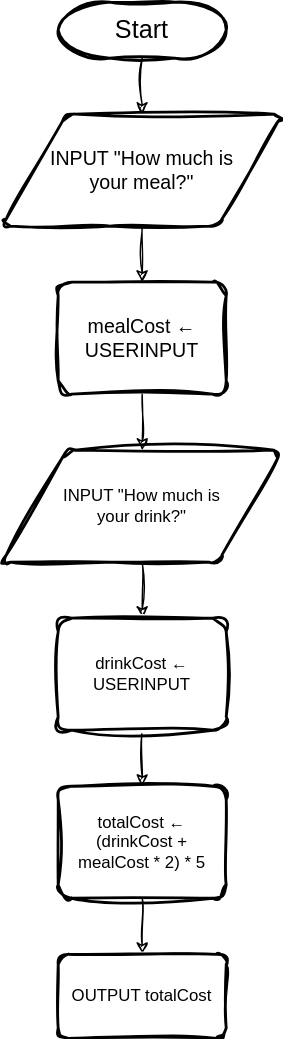
Before: 20-09-2024 assignment.drawio.svg, a diagram exported from draw.io (tungstengmd/drawio-diagrams). Source tidied: cells renumbered, new cells last; positions are measured from the earlier drawing's top-left corner, leaving out a move shared by most shapes.
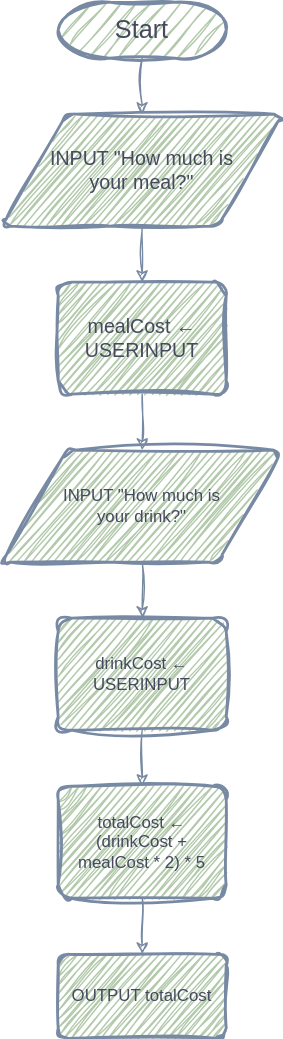
The same file after the commit.

The edit, as a diff of the source:
```diff
@@ -2,43 +2,43 @@
   <root>
     <mxCell id="0" />
     <mxCell id="1" parent="0" />
-    <mxCell id="2" style="edgeStyle=orthogonalEdgeStyle;rounded=0;sketch=1;hachureGap=4;jiggle=2;curveFitting=1;jettySize=auto;html=1;entryX=0.5;entryY=0;entryDx=0;entryDy=0;fontFamily=Architects Daughter;fontSource=https%3A%2F%2Ffonts.googleapis.com%2Fcss%3Ffamily%3DArchitects%2BDaughter;" parent="1" edge="1" source="3" target="5">
+    <mxCell id="2" style="edgeStyle=orthogonalEdgeStyle;rounded=1;hachureGap=4;jettySize=auto;html=1;entryX=0.5;entryY=0;entryDx=0;entryDy=0;fontFamily=Architects Daughter;fontSource=https%3A%2F%2Ffonts.googleapis.com%2Fcss%3Ffamily%3DArchitects%2BDaughter;labelBackgroundColor=none;fontColor=default;sketch=1;curveFitting=1;jiggle=2;strokeColor=#788AA3;" parent="1" edge="1" source="3" target="5">
       <mxGeometry relative="1" as="geometry" />
     </mxCell>
-    <mxCell id="3" value="&lt;font style=&quot;font-size: 18px;&quot;&gt;Start&lt;/font&gt;" style="strokeWidth=2;html=1;shape=mxgraph.flowchart.terminator;whiteSpace=wrap;gradientColor=none;sketch=1;curveFitting=1;jiggle=2;" parent="1" vertex="1">
+    <mxCell id="3" value="&lt;font style=&quot;font-size: 18px;&quot;&gt;Start&lt;/font&gt;" style="strokeWidth=2;html=1;shape=mxgraph.flowchart.terminator;whiteSpace=wrap;labelBackgroundColor=none;rounded=1;sketch=1;curveFitting=1;jiggle=2;fillColor=#B2C9AB;strokeColor=#788AA3;fontColor=#46495D;" parent="1" vertex="1">
       <mxGeometry x="40" width="120" height="40" as="geometry" />
     </mxCell>
-    <mxCell id="4" style="edgeStyle=orthogonalEdgeStyle;rounded=0;sketch=1;hachureGap=4;jiggle=2;curveFitting=1;jettySize=auto;html=1;fontFamily=Architects Daughter;fontSource=https%3A%2F%2Ffonts.googleapis.com%2Fcss%3Ffamily%3DArchitects%2BDaughter;" parent="1" edge="1" source="5" target="7">
+    <mxCell id="4" style="edgeStyle=orthogonalEdgeStyle;rounded=1;hachureGap=4;jettySize=auto;html=1;fontFamily=Architects Daughter;fontSource=https%3A%2F%2Ffonts.googleapis.com%2Fcss%3Ffamily%3DArchitects%2BDaughter;labelBackgroundColor=none;fontColor=default;sketch=1;curveFitting=1;jiggle=2;strokeColor=#788AA3;" parent="1" edge="1" source="5" target="7">
       <mxGeometry relative="1" as="geometry" />
     </mxCell>
-    <mxCell id="5" value="&lt;font style=&quot;font-size: 14px;&quot; face=&quot;Helvetica&quot;&gt;INPUT &quot;How much is&lt;br&gt;your meal?&quot;&lt;/font&gt;" style="shape=parallelogram;html=1;strokeWidth=2;perimeter=parallelogramPerimeter;whiteSpace=wrap;rounded=1;arcSize=12;size=0.23;sketch=1;hachureGap=4;jiggle=2;curveFitting=1;fontFamily=Architects Daughter;fontSource=https%3A%2F%2Ffonts.googleapis.com%2Fcss%3Ffamily%3DArchitects%2BDaughter;" parent="1" vertex="1">
+    <mxCell id="5" value="&lt;font style=&quot;font-size: 14px;&quot; face=&quot;Helvetica&quot;&gt;INPUT &quot;How much is&lt;br&gt;your meal?&quot;&lt;/font&gt;" style="shape=parallelogram;html=1;strokeWidth=2;perimeter=parallelogramPerimeter;whiteSpace=wrap;rounded=1;arcSize=12;size=0.23;hachureGap=4;fontFamily=Architects Daughter;fontSource=https%3A%2F%2Ffonts.googleapis.com%2Fcss%3Ffamily%3DArchitects%2BDaughter;labelBackgroundColor=none;sketch=1;curveFitting=1;jiggle=2;fillColor=#B2C9AB;strokeColor=#788AA3;fontColor=#46495D;" parent="1" vertex="1">
       <mxGeometry y="80" width="200" height="80" as="geometry" />
     </mxCell>
-    <mxCell id="6" style="edgeStyle=orthogonalEdgeStyle;rounded=0;sketch=1;hachureGap=4;jiggle=2;curveFitting=1;jettySize=auto;html=1;exitX=0.5;exitY=1;exitDx=0;exitDy=0;entryX=0.5;entryY=0;entryDx=0;entryDy=0;fontFamily=Architects Daughter;fontSource=https%3A%2F%2Ffonts.googleapis.com%2Fcss%3Ffamily%3DArchitects%2BDaughter;" parent="1" edge="1" source="7" target="9">
+    <mxCell id="6" style="edgeStyle=orthogonalEdgeStyle;rounded=1;hachureGap=4;jettySize=auto;html=1;exitX=0.5;exitY=1;exitDx=0;exitDy=0;entryX=0.5;entryY=0;entryDx=0;entryDy=0;fontFamily=Architects Daughter;fontSource=https%3A%2F%2Ffonts.googleapis.com%2Fcss%3Ffamily%3DArchitects%2BDaughter;labelBackgroundColor=none;fontColor=default;sketch=1;curveFitting=1;jiggle=2;strokeColor=#788AA3;" parent="1" edge="1" source="7" target="9">
       <mxGeometry relative="1" as="geometry" />
     </mxCell>
-    <mxCell id="7" value="&lt;font style=&quot;font-size: 14px;&quot; face=&quot;Helvetica&quot;&gt;mealCost ← USERINPUT&lt;/font&gt;" style="whiteSpace=wrap;html=1;fontFamily=Architects Daughter;strokeWidth=2;rounded=1;arcSize=12;sketch=1;hachureGap=4;jiggle=2;curveFitting=1;fontSource=https%3A%2F%2Ffonts.googleapis.com%2Fcss%3Ffamily%3DArchitects%2BDaughter;" parent="1" vertex="1">
+    <mxCell id="7" value="&lt;font style=&quot;font-size: 14px;&quot; face=&quot;Helvetica&quot;&gt;mealCost ← USERINPUT&lt;/font&gt;" style="whiteSpace=wrap;html=1;fontFamily=Architects Daughter;strokeWidth=2;rounded=1;arcSize=12;hachureGap=4;fontSource=https%3A%2F%2Ffonts.googleapis.com%2Fcss%3Ffamily%3DArchitects%2BDaughter;labelBackgroundColor=none;sketch=1;curveFitting=1;jiggle=2;fillColor=#B2C9AB;strokeColor=#788AA3;fontColor=#46495D;" parent="1" vertex="1">
       <mxGeometry x="40" y="200" width="120" height="80" as="geometry" />
     </mxCell>
-    <mxCell id="8" style="edgeStyle=orthogonalEdgeStyle;rounded=0;sketch=1;hachureGap=4;jiggle=2;curveFitting=1;jettySize=auto;html=1;fontFamily=Architects Daughter;fontSource=https%3A%2F%2Ffonts.googleapis.com%2Fcss%3Ffamily%3DArchitects%2BDaughter;" parent="1" edge="1" source="9" target="11">
+    <mxCell id="8" style="edgeStyle=orthogonalEdgeStyle;rounded=1;hachureGap=4;jettySize=auto;html=1;fontFamily=Architects Daughter;fontSource=https%3A%2F%2Ffonts.googleapis.com%2Fcss%3Ffamily%3DArchitects%2BDaughter;labelBackgroundColor=none;fontColor=default;sketch=1;curveFitting=1;jiggle=2;strokeColor=#788AA3;" parent="1" edge="1" source="9" target="11">
       <mxGeometry relative="1" as="geometry" />
     </mxCell>
-    <mxCell id="9" value="&lt;font face=&quot;Helvetica&quot;&gt;INPUT &quot;How much is&lt;br&gt;your drink?&quot;&lt;/font&gt;" style="shape=parallelogram;html=1;strokeWidth=2;perimeter=parallelogramPerimeter;whiteSpace=wrap;rounded=1;arcSize=12;size=0.23;sketch=1;hachureGap=4;jiggle=2;curveFitting=1;fontFamily=Architects Daughter;fontSource=https%3A%2F%2Ffonts.googleapis.com%2Fcss%3Ffamily%3DArchitects%2BDaughter;" parent="1" vertex="1">
+    <mxCell id="9" value="&lt;font face=&quot;Helvetica&quot;&gt;INPUT &quot;How much is&lt;br&gt;your drink?&quot;&lt;/font&gt;" style="shape=parallelogram;html=1;strokeWidth=2;perimeter=parallelogramPerimeter;whiteSpace=wrap;rounded=1;arcSize=12;size=0.23;hachureGap=4;fontFamily=Architects Daughter;fontSource=https%3A%2F%2Ffonts.googleapis.com%2Fcss%3Ffamily%3DArchitects%2BDaughter;labelBackgroundColor=none;sketch=1;curveFitting=1;jiggle=2;fillColor=#B2C9AB;strokeColor=#788AA3;fontColor=#46495D;" parent="1" vertex="1">
       <mxGeometry y="320" width="200" height="80" as="geometry" />
     </mxCell>
-    <mxCell id="10" style="edgeStyle=orthogonalEdgeStyle;rounded=0;sketch=1;hachureGap=4;jiggle=2;curveFitting=1;jettySize=auto;html=1;fontFamily=Architects Daughter;fontSource=https%3A%2F%2Ffonts.googleapis.com%2Fcss%3Ffamily%3DArchitects%2BDaughter;" parent="1" edge="1" source="11" target="13">
+    <mxCell id="10" style="edgeStyle=orthogonalEdgeStyle;rounded=1;hachureGap=4;jettySize=auto;html=1;fontFamily=Architects Daughter;fontSource=https%3A%2F%2Ffonts.googleapis.com%2Fcss%3Ffamily%3DArchitects%2BDaughter;labelBackgroundColor=none;fontColor=default;sketch=1;curveFitting=1;jiggle=2;strokeColor=#788AA3;" parent="1" edge="1" source="11" target="13">
       <mxGeometry relative="1" as="geometry" />
     </mxCell>
-    <mxCell id="11" value="&lt;font face=&quot;Helvetica&quot;&gt;drinkCost ← USERINPUT&lt;/font&gt;" style="whiteSpace=wrap;html=1;fontFamily=Architects Daughter;strokeWidth=2;rounded=1;arcSize=12;sketch=1;hachureGap=4;jiggle=2;curveFitting=1;fontSource=https%3A%2F%2Ffonts.googleapis.com%2Fcss%3Ffamily%3DArchitects%2BDaughter;" parent="1" vertex="1">
+    <mxCell id="11" value="&lt;font face=&quot;Helvetica&quot;&gt;drinkCost ← USERINPUT&lt;/font&gt;" style="whiteSpace=wrap;html=1;fontFamily=Architects Daughter;strokeWidth=2;rounded=1;arcSize=12;hachureGap=4;fontSource=https%3A%2F%2Ffonts.googleapis.com%2Fcss%3Ffamily%3DArchitects%2BDaughter;labelBackgroundColor=none;sketch=1;curveFitting=1;jiggle=2;fillColor=#B2C9AB;strokeColor=#788AA3;fontColor=#46495D;" parent="1" vertex="1">
       <mxGeometry x="40" y="440" width="120" height="80" as="geometry" />
     </mxCell>
-    <mxCell id="12" style="edgeStyle=orthogonalEdgeStyle;rounded=0;sketch=1;hachureGap=4;jiggle=2;curveFitting=1;jettySize=auto;html=1;fontFamily=Architects Daughter;fontSource=https%3A%2F%2Ffonts.googleapis.com%2Fcss%3Ffamily%3DArchitects%2BDaughter;" parent="1" edge="1" source="13" target="14">
+    <mxCell id="12" style="edgeStyle=orthogonalEdgeStyle;rounded=1;hachureGap=4;jettySize=auto;html=1;fontFamily=Architects Daughter;fontSource=https%3A%2F%2Ffonts.googleapis.com%2Fcss%3Ffamily%3DArchitects%2BDaughter;labelBackgroundColor=none;fontColor=default;sketch=1;curveFitting=1;jiggle=2;strokeColor=#788AA3;" parent="1" edge="1" source="13" target="14">
       <mxGeometry relative="1" as="geometry" />
     </mxCell>
-    <mxCell id="13" value="&lt;font face=&quot;Helvetica&quot;&gt;totalCost ← (drinkCost + mealCost * 2) * 5&lt;/font&gt;" style="whiteSpace=wrap;html=1;fontFamily=Architects Daughter;strokeWidth=2;rounded=1;arcSize=12;sketch=1;hachureGap=4;jiggle=2;curveFitting=1;fontSource=https%3A%2F%2Ffonts.googleapis.com%2Fcss%3Ffamily%3DArchitects%2BDaughter;" parent="1" vertex="1">
+    <mxCell id="13" value="&lt;font face=&quot;Helvetica&quot;&gt;totalCost ← (drinkCost + mealCost * 2) * 5&lt;/font&gt;" style="whiteSpace=wrap;html=1;fontFamily=Architects Daughter;strokeWidth=2;rounded=1;arcSize=12;hachureGap=4;fontSource=https%3A%2F%2Ffonts.googleapis.com%2Fcss%3Ffamily%3DArchitects%2BDaughter;labelBackgroundColor=none;sketch=1;curveFitting=1;jiggle=2;fillColor=#B2C9AB;strokeColor=#788AA3;fontColor=#46495D;" parent="1" vertex="1">
       <mxGeometry x="40" y="560" width="120" height="80" as="geometry" />
     </mxCell>
-    <mxCell id="14" value="OUTPUT totalCost" style="whiteSpace=wrap;html=1;fontFamily=Helvetica;strokeWidth=2;rounded=1;arcSize=12;sketch=1;hachureGap=4;jiggle=2;curveFitting=1;" parent="1" vertex="1">
+    <mxCell id="14" value="OUTPUT totalCost" style="whiteSpace=wrap;html=1;fontFamily=Helvetica;strokeWidth=2;rounded=1;arcSize=12;hachureGap=4;labelBackgroundColor=none;sketch=1;curveFitting=1;jiggle=2;fillColor=#B2C9AB;strokeColor=#788AA3;fontColor=#46495D;" parent="1" vertex="1">
       <mxGeometry x="40" y="680" width="120" height="60" as="geometry" />
     </mxCell>
   </root>
```
